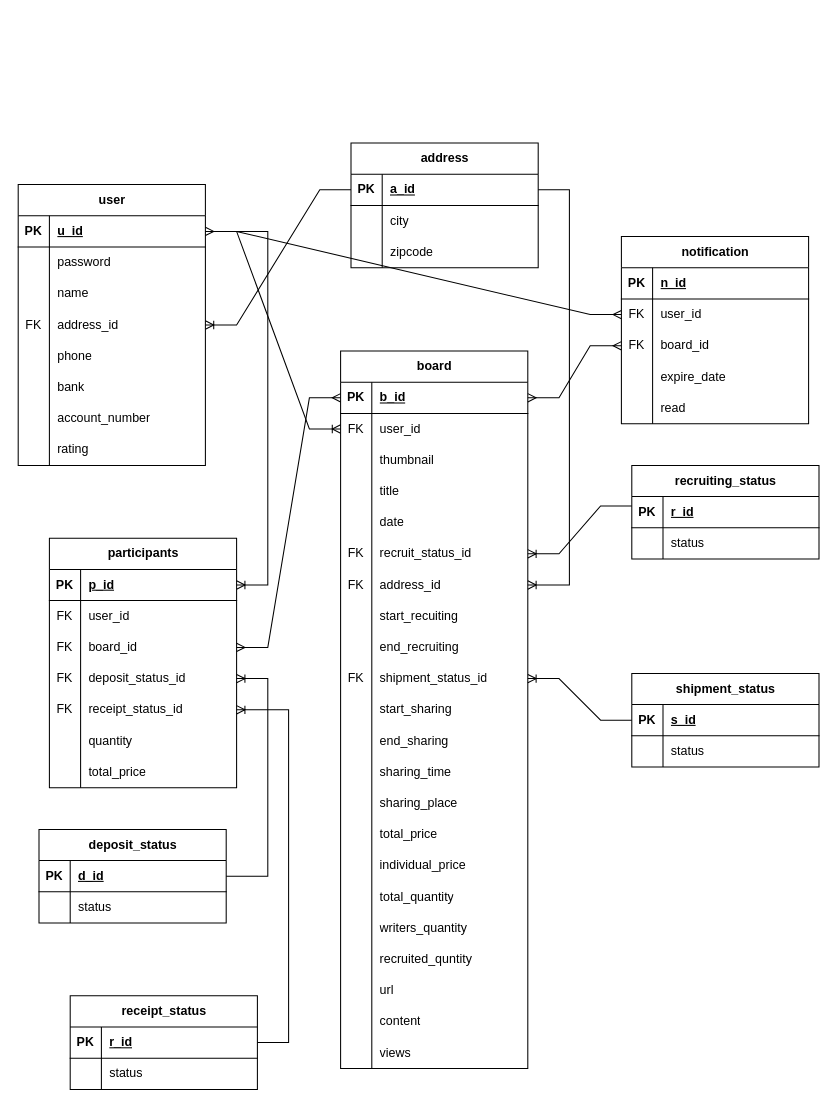
Earlier version of the draw.io diagram Database/Gajang_ERD.drawio (THREEBACKSU/gajang-backend). Source tidied: cells renumbered, new cells numbered last; positions are measured from the earlier drawing's top-left corner, leaving out a move shared by most shapes. Both pictures are drawn from the tidied source at 104%, with x=0, y=0 at pixel (-3, 142).
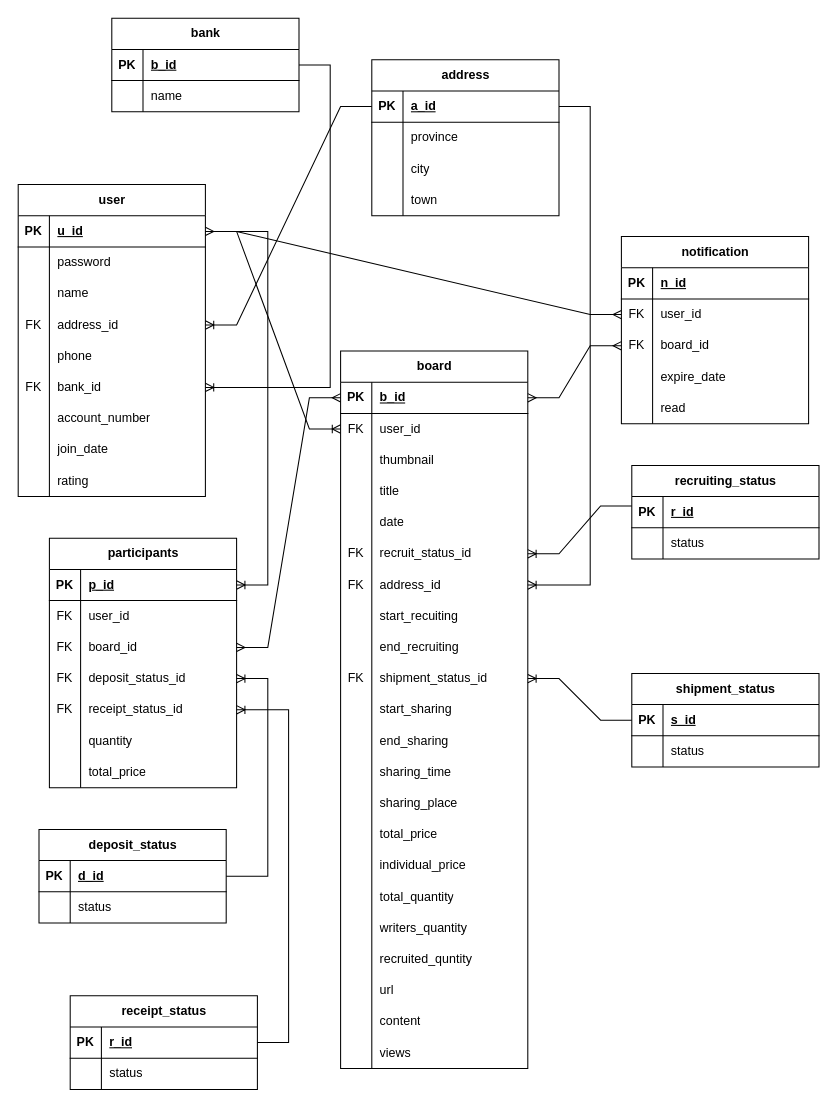
Above is the later version.

The change refers to these unchanged cells:
```xml
<mxCell id="18" style="shape=tableRow;horizontal=0;startSize=0;swimlaneHead=0;swimlaneBody=0;fillColor=none;points=[[0,0.5],[1,0.5]];portConstraint=eastwest;top=0;left=0;right=0;bottom=0;" parent="2" vertex="1">
  <mxGeometry y="180" width="180" height="30" as="geometry" />
</mxCell>
<mxCell id="172" style="shape=tableRow;horizontal=0;startSize=0;swimlaneHead=0;swimlaneBody=0;fillColor=none;top=0;left=0;right=0;bottom=0;" parent="168" vertex="1">
  <mxGeometry y="60" width="180" height="30" as="geometry" />
</mxCell>
```

Change to the diagram source:
```diff
@@
     <mxCell id="2" value="user" style="shape=table;startSize=30;childLayout=tableLayout;rowLines=0;fontStyle=1;align=center;html=1;" parent="1" vertex="1">
-      <mxGeometry x="20" y="40" width="180" height="270" as="geometry" />
+      <mxGeometry x="20" y="40" width="180" height="300" as="geometry" />
     </mxCell>
@@
-    <mxCell id="20" value="bank" style="shape=partialRectangle;fillColor=none;top=0;left=0;bottom=0;right=0;align=left;spacingLeft=6;overflow=hidden;whiteSpace=wrap;html=1;" parent="18" vertex="1">
+    <mxCell id="20" value="bank_id" style="shape=partialRectangle;fillColor=none;top=0;left=0;bottom=0;right=0;align=left;spacingLeft=6;overflow=hidden;whiteSpace=wrap;html=1;" parent="18" vertex="1">
       <mxGeometry x="30" width="150" height="30" as="geometry" />
     </mxCell>
@@
+    <mxCell id="181" style="shape=tableRow;horizontal=0;startSize=0;swimlaneHead=0;swimlaneBody=0;fillColor=none;top=0;left=0;right=0;bottom=0;" parent="2" vertex="1">
+      <mxGeometry y="240" width="180" height="30" as="geometry" />
+    </mxCell>
+    <mxCell id="182" style="shape=partialRectangle;fillColor=none;top=0;left=0;bottom=0;right=0;overflow=hidden;whiteSpace=wrap;html=1;" parent="181" vertex="1">
+      <mxGeometry width="30" height="30" as="geometry" />
+    </mxCell>
+    <mxCell id="183" value="join_date" style="shape=partialRectangle;fillColor=none;top=0;left=0;bottom=0;right=0;align=left;spacingLeft=6;overflow=hidden;whiteSpace=wrap;html=1;" parent="181" vertex="1">
+      <mxGeometry x="30" width="150" height="30" as="geometry" />
+    </mxCell>
     <mxCell id="24" style="shape=tableRow;horizontal=0;startSize=0;swimlaneHead=0;swimlaneBody=0;fillColor=none;top=0;left=0;right=0;bottom=0;" parent="2" vertex="1">
-      <mxGeometry y="240" width="180" height="30" as="geometry" />
+      <mxGeometry y="270" width="180" height="30" as="geometry" />
     </mxCell>
@@
     <mxCell id="168" value="address" style="shape=table;startSize=30;childLayout=tableLayout;rowLines=0;fontStyle=1;align=center;html=1;" parent="1" vertex="1">
-      <mxGeometry x="340" width="180" height="120" as="geometry" />
+      <mxGeometry x="360" y="-80" width="180" height="150" as="geometry" />
     </mxCell>
@@
-    <mxCell id="174" value="city" style="shape=partialRectangle;fillColor=none;top=0;left=0;bottom=0;right=0;align=left;spacingLeft=6;overflow=hidden;whiteSpace=wrap;html=1;" parent="172" vertex="1">
+    <mxCell id="174" value="province" style="shape=partialRectangle;fillColor=none;top=0;left=0;bottom=0;right=0;align=left;spacingLeft=6;overflow=hidden;whiteSpace=wrap;html=1;" parent="172" vertex="1">
       <mxGeometry x="30" width="150" height="30" as="geometry" />
     </mxCell>
+    <mxCell id="184" style="shape=tableRow;horizontal=0;startSize=0;swimlaneHead=0;swimlaneBody=0;fillColor=none;top=0;left=0;right=0;bottom=0;" parent="168" vertex="1">
+      <mxGeometry y="90" width="180" height="30" as="geometry" />
+    </mxCell>
+    <mxCell id="185" style="shape=partialRectangle;fillColor=none;top=0;left=0;bottom=0;right=0;overflow=hidden;whiteSpace=wrap;html=1;" parent="184" vertex="1">
+      <mxGeometry width="30" height="30" as="geometry" />
+    </mxCell>
+    <mxCell id="186" value="city" style="shape=partialRectangle;fillColor=none;top=0;left=0;bottom=0;right=0;align=left;spacingLeft=6;overflow=hidden;whiteSpace=wrap;html=1;" parent="184" vertex="1">
+      <mxGeometry x="30" width="150" height="30" as="geometry" />
+    </mxCell>
     <mxCell id="175" style="shape=tableRow;horizontal=0;startSize=0;swimlaneHead=0;swimlaneBody=0;fillColor=none;top=0;left=0;right=0;bottom=0;" parent="168" vertex="1">
-      <mxGeometry y="90" width="180" height="30" as="geometry" />
+      <mxGeometry y="120" width="180" height="30" as="geometry" />
     </mxCell>
@@
-    <mxCell id="177" value="zipcode" style="shape=partialRectangle;fillColor=none;top=0;left=0;bottom=0;right=0;align=left;spacingLeft=6;overflow=hidden;whiteSpace=wrap;html=1;" parent="175" vertex="1">
+    <mxCell id="177" value="town" style="shape=partialRectangle;fillColor=none;top=0;left=0;bottom=0;right=0;align=left;spacingLeft=6;overflow=hidden;whiteSpace=wrap;html=1;" parent="175" vertex="1">
       <mxGeometry x="30" width="150" height="30" as="geometry" />
     </mxCell>
@@
+    <mxCell id="187" value="bank" style="shape=table;startSize=30;childLayout=tableLayout;rowLines=0;fontStyle=1;align=center;html=1;" parent="1" vertex="1">
+      <mxGeometry x="110" y="-120" width="180" height="90" as="geometry" />
+    </mxCell>
+    <mxCell id="188" style="shape=tableRow;horizontal=0;startSize=0;swimlaneHead=0;swimlaneBody=0;fillColor=none;points=[[0,0.5],[1,0.5]];portConstraint=eastwest;top=0;left=0;right=0;bottom=1;" parent="187" vertex="1">
+      <mxGeometry y="30" width="180" height="30" as="geometry" />
+    </mxCell>
+    <mxCell id="189" value="PK" style="shape=partialRectangle;fillColor=none;top=0;left=0;bottom=0;right=0;fontStyle=1;overflow=hidden;whiteSpace=wrap;html=1;" parent="188" vertex="1">
+      <mxGeometry width="30" height="30" as="geometry" />
+    </mxCell>
+    <mxCell id="190" value="b_id" style="shape=partialRectangle;fillColor=none;top=0;left=0;bottom=0;right=0;align=left;spacingLeft=6;fontStyle=5;overflow=hidden;whiteSpace=wrap;html=1;" parent="188" vertex="1">
+      <mxGeometry x="30" width="150" height="30" as="geometry" />
+    </mxCell>
+    <mxCell id="191" style="shape=tableRow;horizontal=0;startSize=0;swimlaneHead=0;swimlaneBody=0;fillColor=none;top=0;left=0;right=0;bottom=0;" parent="187" vertex="1">
+      <mxGeometry y="60" width="180" height="30" as="geometry" />
+    </mxCell>
+    <mxCell id="192" style="shape=partialRectangle;fillColor=none;top=0;left=0;bottom=0;right=0;overflow=hidden;whiteSpace=wrap;html=1;" parent="191" vertex="1">
+      <mxGeometry width="30" height="30" as="geometry" />
+    </mxCell>
+    <mxCell id="193" value="name" style="shape=partialRectangle;fillColor=none;top=0;left=0;bottom=0;right=0;align=left;spacingLeft=6;overflow=hidden;whiteSpace=wrap;html=1;" parent="191" vertex="1">
+      <mxGeometry x="30" width="150" height="30" as="geometry" />
+    </mxCell>
+    <mxCell id="194" style="edgeStyle=entityRelationEdgeStyle;fontSize=12;html=1;endArrow=ERoneToMany;rounded=0;" parent="1" edge="1" source="188" target="18">
+      <mxGeometry relative="1" as="geometry">
+        <Array as="points">
+          <mxPoint x="180" />
+          <mxPoint x="350" y="80" />
+          <mxPoint x="300" y="80" />
+          <mxPoint x="300" y="80" />
+          <mxPoint x="310" y="80" />
+          <mxPoint x="300" y="90" />
+        </Array>
+      </mxGeometry>
+    </mxCell>
+    <mxCell id="195" value="FK" style="shape=partialRectangle;fillColor=none;top=0;left=0;bottom=0;right=0;fontStyle=0;overflow=hidden;whiteSpace=wrap;html=1;" parent="1" vertex="1">
+      <mxGeometry x="20" y="220" width="30" height="30" as="geometry" />
+    </mxCell>
```
